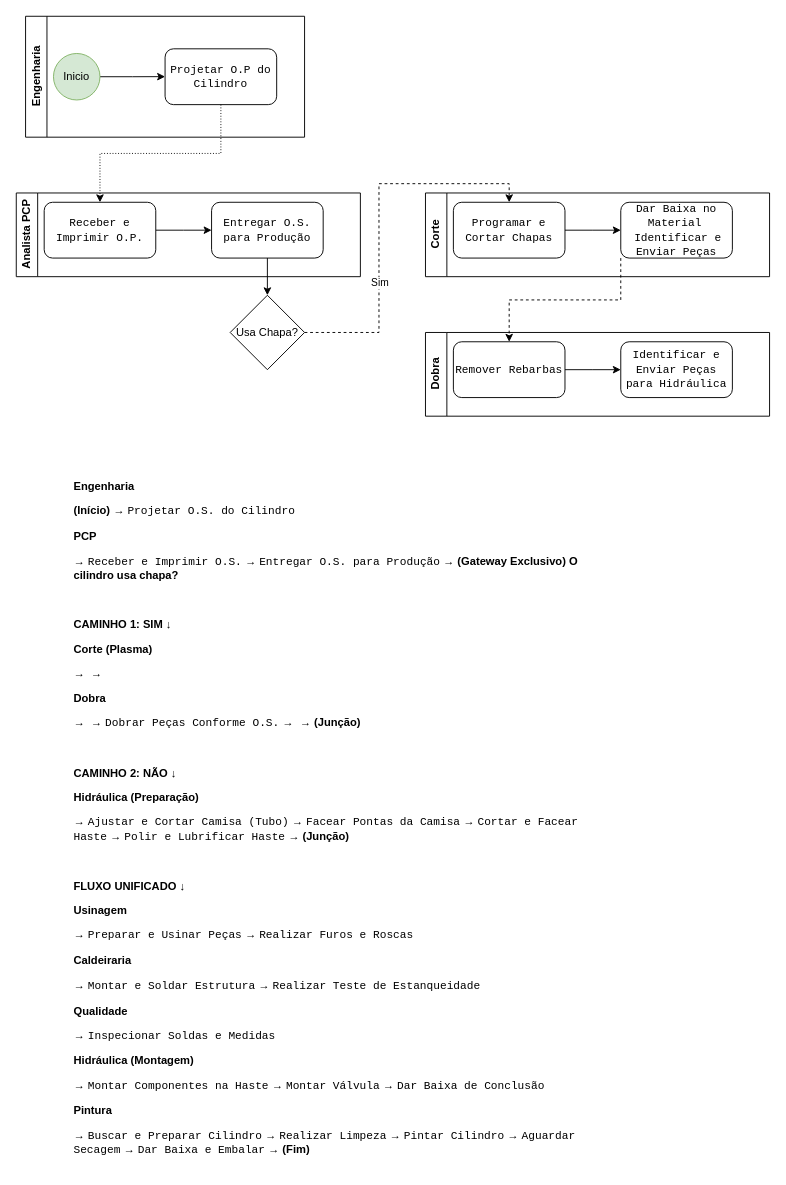
This is Diagrama sem nome.drawio from Adriano-bertellini/t, a draw.io file, before an edit. Source tidied: cells renumbered, new cells numbered last; positions are measured from the earlier drawing's top-left corner, leaving out a move shared by most shapes. Both pictures are drawn from the tidied source at 93%, with x=0, y=0 at pixel (16, 16).
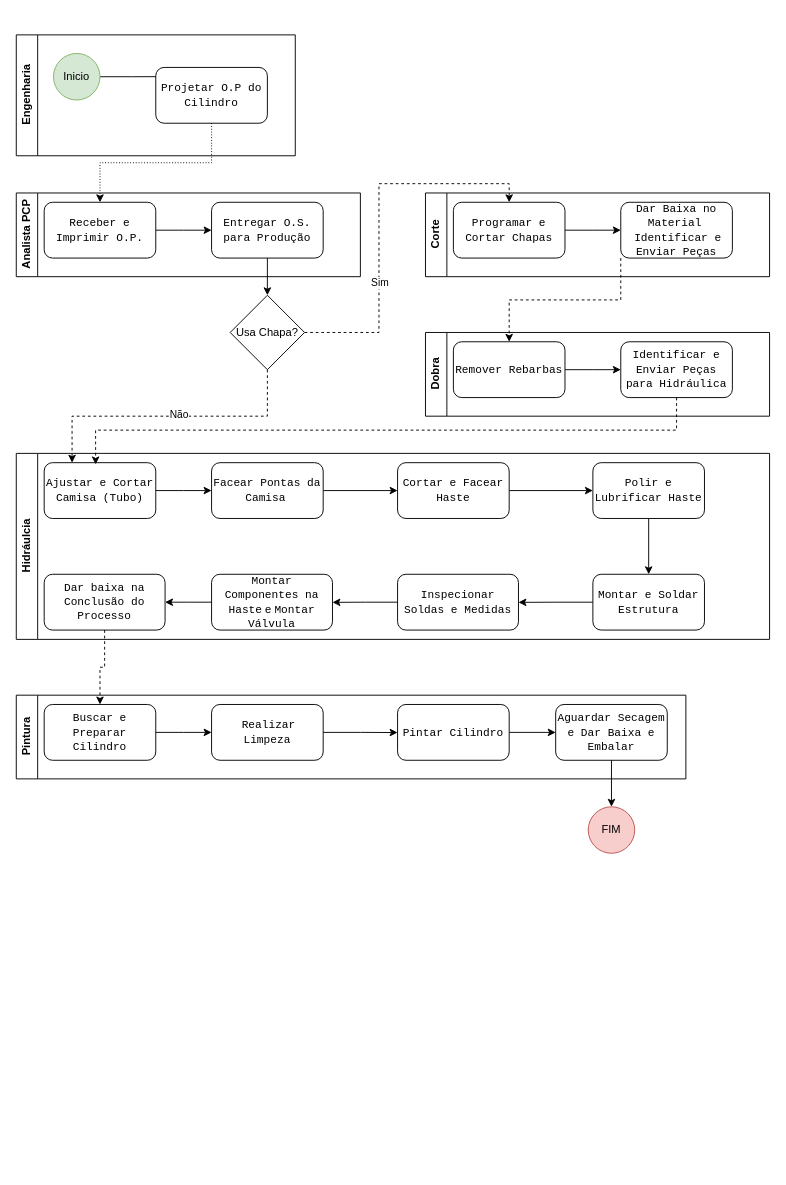
Above is the later version.

Unchanged cells that the change refers to:
```xml
<mxCell id="14" value="Usa Chapa?" style="rhombus;whiteSpace=wrap;html=1;" parent="1" vertex="1">
  <mxGeometry x="230" y="300" width="80" height="80" as="geometry" />
</mxCell>
<mxCell id="23" value="&lt;span style=&quot;font-family: monospace; text-align: left;&quot;&gt;Identificar e Enviar Peças para Hidráulica&lt;/span&gt;" style="rounded=1;whiteSpace=wrap;html=1;" parent="20" vertex="1">
  <mxGeometry x="210" y="10" width="120" height="60" as="geometry" />
</mxCell>
```

What changed in the source:
```diff
@@
-    <mxCell id="4" value="&lt;p&gt;&lt;strong&gt;Engenharia&lt;/strong&gt;&lt;/p&gt;&lt;p&gt;&lt;strong&gt;(Início)&lt;/strong&gt;&lt;span class=&quot;selected&quot;&gt; → &lt;/span&gt;&lt;code&gt;Projetar O.S. do Cilindro&lt;/code&gt;&lt;/p&gt;&lt;p&gt;&lt;strong&gt;PCP&lt;/strong&gt;&lt;/p&gt;&lt;p&gt;&lt;span class=&quot;selected&quot;&gt;→ &lt;/span&gt;&lt;code&gt;Receber e Imprimir O.S.&lt;/code&gt;&lt;span class=&quot;selected&quot;&gt; → &lt;/span&gt;&lt;code&gt;Entregar O.S. para Produção&lt;/code&gt;&lt;span class=&quot;selected&quot;&gt; → &lt;/span&gt;&lt;strong&gt;(Gateway Exclusivo) O cilindro usa chapa?&lt;/strong&gt;&lt;/p&gt;&lt;p&gt;&lt;br class=&quot;ProseMirror-trailingBreak&quot;&gt;&lt;/p&gt;&lt;p&gt;&lt;strong&gt;CAMINHO 1: SIM&lt;/strong&gt;&lt;span class=&quot;selected&quot;&gt; ↓&lt;/span&gt;&lt;/p&gt;&lt;p&gt;&lt;strong&gt;Corte (Plasma)&lt;/strong&gt;&lt;/p&gt;&lt;p&gt;&lt;span class=&quot;selected&quot;&gt;→ &lt;/span&gt;&lt;span class=&quot;selected&quot;&gt;&amp;nbsp;→&amp;nbsp;&lt;/span&gt;&lt;/p&gt;&lt;p&gt;&lt;strong&gt;Dobra&lt;/strong&gt;&lt;/p&gt;&lt;p&gt;&lt;span class=&quot;selected&quot;&gt;→ &lt;/span&gt;&lt;span class=&quot;selected&quot;&gt;&amp;nbsp;→ &lt;/span&gt;&lt;code&gt;Dobrar Peças Conforme O.S.&lt;/code&gt;&lt;span class=&quot;selected&quot;&gt; → &lt;/span&gt;&lt;span class=&quot;selected&quot;&gt;&amp;nbsp;→ &lt;/span&gt;&lt;strong&gt;(Junção)&lt;/strong&gt;&lt;/p&gt;&lt;p&gt;&lt;br class=&quot;ProseMirror-trailingBreak&quot;&gt;&lt;/p&gt;&lt;p&gt;&lt;strong&gt;CAMINHO 2: NÃO&lt;/strong&gt;&lt;span class=&quot;selected&quot;&gt; ↓&lt;/span&gt;&lt;/p&gt;&lt;p&gt;&lt;strong&gt;Hidráulica (Preparação)&lt;/strong&gt;&lt;/p&gt;&lt;p&gt;&lt;span class=&quot;selected&quot;&gt;→ &lt;/span&gt;&lt;code&gt;Ajustar e Cortar Camisa (Tubo)&lt;/code&gt;&lt;span class=&quot;selected&quot;&gt; → &lt;/span&gt;&lt;code&gt;Facear Pontas da Camisa&lt;/code&gt;&lt;span class=&quot;selected&quot;&gt; → &lt;/span&gt;&lt;code&gt;Cortar e Facear Haste&lt;/code&gt;&lt;span class=&quot;selected&quot;&gt; → &lt;/span&gt;&lt;code&gt;Polir e Lubrificar Haste&lt;/code&gt;&lt;span class=&quot;selected&quot;&gt; → &lt;/span&gt;&lt;strong&gt;(Junção)&lt;/strong&gt;&lt;/p&gt;&lt;p&gt;&lt;br class=&quot;ProseMirror-trailingBreak&quot;&gt;&lt;/p&gt;&lt;p&gt;&lt;strong&gt;FLUXO UNIFICADO&lt;/strong&gt;&lt;span class=&quot;selected&quot;&gt; ↓&lt;/span&gt;&lt;/p&gt;&lt;p&gt;&lt;strong&gt;Usinagem&lt;/strong&gt;&lt;/p&gt;&lt;p&gt;&lt;span class=&quot;selected&quot;&gt;→ &lt;/span&gt;&lt;code&gt;Preparar e Usinar Peças&lt;/code&gt;&lt;span class=&quot;selected&quot;&gt; → &lt;/span&gt;&lt;code&gt;Realizar Furos e Roscas&lt;/code&gt;&lt;/p&gt;&lt;p&gt;&lt;strong&gt;Caldeiraria&lt;/strong&gt;&lt;/p&gt;&lt;p&gt;&lt;span class=&quot;selected&quot;&gt;→ &lt;/span&gt;&lt;code&gt;Montar e Soldar Estrutura&lt;/code&gt;&lt;span class=&quot;selected&quot;&gt; → &lt;/span&gt;&lt;code&gt;Realizar Teste de Estanqueidade&lt;/code&gt;&lt;/p&gt;&lt;p&gt;&lt;strong&gt;Qualidade&lt;/strong&gt;&lt;/p&gt;&lt;p&gt;&lt;span class=&quot;selected&quot;&gt;→ &lt;/span&gt;&lt;code&gt;Inspecionar Soldas e Medidas&lt;/code&gt;&lt;/p&gt;&lt;p&gt;&lt;strong&gt;Hidráulica (Montagem)&lt;/strong&gt;&lt;/p&gt;&lt;p&gt;&lt;span class=&quot;selected&quot;&gt;→ &lt;/span&gt;&lt;code&gt;Montar Componentes na Haste&lt;/code&gt;&lt;span class=&quot;selected&quot;&gt; → &lt;/span&gt;&lt;code&gt;Montar Válvula&lt;/code&gt;&lt;span class=&quot;selected&quot;&gt; → &lt;/span&gt;&lt;code&gt;Dar Baixa de Conclusão&lt;/code&gt;&lt;/p&gt;&lt;p&gt;&lt;strong&gt;Pintura&lt;/strong&gt;&lt;/p&gt;&lt;p&gt;&lt;span class=&quot;selected&quot;&gt;→ &lt;/span&gt;&lt;code&gt;Buscar e Preparar Cilindro&lt;/code&gt;&lt;span class=&quot;selected&quot;&gt; → &lt;/span&gt;&lt;code&gt;Realizar Limpeza&lt;/code&gt;&lt;span class=&quot;selected&quot;&gt; → &lt;/span&gt;&lt;code&gt;Pintar Cilindro&lt;/code&gt;&lt;span class=&quot;selected&quot;&gt; → &lt;/span&gt;&lt;code&gt;Aguardar Secagem&lt;/code&gt;&lt;span class=&quot;selected&quot;&gt; → &lt;/span&gt;&lt;code&gt;Dar Baixa e Embalar&lt;/code&gt;&lt;span class=&quot;selected&quot;&gt; → &lt;/span&gt;&lt;strong&gt;(Fim)&lt;/strong&gt;&lt;/p&gt;" style="text;whiteSpace=wrap;html=1;" parent="1" vertex="1">
-      <mxGeometry x="60" y="480" width="560" height="550" as="geometry" />
-    </mxCell>
     <mxCell id="5" value="Engenharia" style="swimlane;horizontal=0;whiteSpace=wrap;html=1;" parent="1" vertex="1">
-      <mxGeometry x="10" width="300" height="130" as="geometry" />
+      <mxGeometry y="20" width="300" height="130" as="geometry" />
     </mxCell>
@@
+    <mxCell id="25" style="edgeStyle=orthogonalEdgeStyle;rounded=0;jettySize=auto;html=1;exitX=0.5;exitY=1;exitDx=0;exitDy=0;entryX=0.25;entryY=0;entryDx=0;entryDy=0;dashed=1;" parent="1" edge="1" source="14" target="29">
+      <mxGeometry relative="1" as="geometry" />
+    </mxCell>
+    <mxCell id="26" value="Não" style="edgeLabel;html=1;align=center;verticalAlign=middle;" parent="25" vertex="1">
+      <mxGeometry x="-0.06" y="-2" relative="1" as="geometry" />
+    </mxCell>
@@
+    <mxCell id="27" value="Hidráulcia" style="swimlane;horizontal=0;whiteSpace=wrap;html=1;startSize=23;" parent="1" vertex="1">
+      <mxGeometry y="470" width="810" height="200" as="geometry" />
+    </mxCell>
+    <mxCell id="28" style="edgeStyle=orthogonalEdgeStyle;rounded=0;jettySize=auto;html=1;" parent="27" edge="1" source="29">
+      <mxGeometry relative="1" as="geometry">
+        <mxPoint x="210" y="40" as="targetPoint" />
+      </mxGeometry>
+    </mxCell>
+    <mxCell id="29" value="&lt;span style=&quot;font-family: monospace; text-align: left;&quot;&gt;Ajustar e Cortar Camisa (Tubo)&lt;/span&gt;" style="rounded=1;whiteSpace=wrap;html=1;" parent="27" vertex="1">
+      <mxGeometry x="30" y="10" width="120" height="60" as="geometry" />
+    </mxCell>
+    <mxCell id="30" style="edgeStyle=orthogonalEdgeStyle;rounded=0;jettySize=auto;html=1;exitX=1;exitY=0.5;exitDx=0;exitDy=0;entryX=0;entryY=0.5;entryDx=0;entryDy=0;" parent="27" edge="1" source="31" target="33">
+      <mxGeometry relative="1" as="geometry" />
+    </mxCell>
+    <mxCell id="31" value="&lt;code style=&quot;text-align: left;&quot;&gt;Facear Pontas da Camisa&lt;/code&gt;&lt;span style=&quot;text-align: left;&quot; class=&quot;selected&quot;&gt;&amp;nbsp;&lt;/span&gt;" style="rounded=1;whiteSpace=wrap;html=1;" parent="27" vertex="1">
+      <mxGeometry x="210" y="10" width="120" height="60" as="geometry" />
+    </mxCell>
+    <mxCell id="32" style="edgeStyle=orthogonalEdgeStyle;rounded=0;jettySize=auto;html=1;exitX=1;exitY=0.5;exitDx=0;exitDy=0;entryX=0;entryY=0.5;entryDx=0;entryDy=0;" parent="27" edge="1" source="33" target="35">
+      <mxGeometry relative="1" as="geometry" />
+    </mxCell>
+    <mxCell id="33" value="&lt;span style=&quot;font-family: monospace; text-align: left;&quot;&gt;Cortar e Facear Haste&lt;/span&gt;" style="rounded=1;whiteSpace=wrap;html=1;" parent="27" vertex="1">
+      <mxGeometry x="410" y="10" width="120" height="60" as="geometry" />
+    </mxCell>
+    <mxCell id="34" style="edgeStyle=orthogonalEdgeStyle;rounded=0;jettySize=auto;html=1;exitX=0.5;exitY=1;exitDx=0;exitDy=0;" parent="27" edge="1" source="35" target="37">
+      <mxGeometry relative="1" as="geometry" />
+    </mxCell>
+    <mxCell id="35" value="&lt;span style=&quot;font-family: monospace; text-align: left;&quot;&gt;Polir e Lubrificar Haste&lt;/span&gt;" style="rounded=1;whiteSpace=wrap;html=1;" parent="27" vertex="1">
+      <mxGeometry x="620" y="10" width="120" height="60" as="geometry" />
+    </mxCell>
+    <mxCell id="36" style="edgeStyle=orthogonalEdgeStyle;rounded=0;jettySize=auto;html=1;exitX=0;exitY=0.5;exitDx=0;exitDy=0;" parent="27" edge="1" source="37">
+      <mxGeometry relative="1" as="geometry">
+        <mxPoint x="540" y="160.2" as="targetPoint" />
+      </mxGeometry>
+    </mxCell>
+    <mxCell id="37" value="&lt;span style=&quot;font-family: monospace; text-align: left;&quot;&gt;Montar e Soldar Estrutura&lt;/span&gt;" style="rounded=1;whiteSpace=wrap;html=1;" parent="27" vertex="1">
+      <mxGeometry x="620" y="130" width="120" height="60" as="geometry" />
+    </mxCell>
+    <mxCell id="38" style="edgeStyle=orthogonalEdgeStyle;rounded=0;jettySize=auto;html=1;exitX=0;exitY=0.5;exitDx=0;exitDy=0;" parent="27" edge="1" source="39">
+      <mxGeometry relative="1" as="geometry">
+        <mxPoint x="340" y="160.2" as="targetPoint" />
+      </mxGeometry>
+    </mxCell>
+    <mxCell id="39" value="&lt;span style=&quot;font-family: monospace; text-align: left;&quot;&gt;Inspecionar Soldas e Medidas&lt;/span&gt;" style="rounded=1;whiteSpace=wrap;html=1;" parent="27" vertex="1">
+      <mxGeometry x="410" y="130" width="130" height="60" as="geometry" />
+    </mxCell>
+    <mxCell id="40" style="edgeStyle=orthogonalEdgeStyle;rounded=0;jettySize=auto;html=1;exitX=0;exitY=0.5;exitDx=0;exitDy=0;entryX=1;entryY=0.5;entryDx=0;entryDy=0;" parent="27" edge="1" source="41">
+      <mxGeometry relative="1" as="geometry">
+        <mxPoint x="160" y="160" as="targetPoint" />
+      </mxGeometry>
+    </mxCell>
+    <mxCell id="41" value="&lt;code style=&quot;text-align: left;&quot;&gt;Montar Componentes na Haste&lt;/code&gt;&lt;span style=&quot;text-align: left;&quot; class=&quot;selected&quot;&gt;&amp;nbsp;e&amp;nbsp;&lt;/span&gt;&lt;code style=&quot;text-align: left;&quot;&gt;Montar Válvula&lt;/code&gt;" style="rounded=1;whiteSpace=wrap;html=1;" parent="27" vertex="1">
+      <mxGeometry x="210" y="130" width="130" height="60" as="geometry" />
+    </mxCell>
+    <mxCell id="42" value="&lt;div style=&quot;&quot;&gt;&lt;font face=&quot;monospace&quot;&gt;Dar baixa na Conclusão do Processo&lt;/font&gt;&lt;/div&gt;" style="rounded=1;whiteSpace=wrap;html=1;align=center;" parent="27" vertex="1">
+      <mxGeometry x="30" y="130" width="130" height="60" as="geometry" />
+    </mxCell>
+    <mxCell id="43" style="edgeStyle=orthogonalEdgeStyle;rounded=0;jettySize=auto;html=1;exitX=0.5;exitY=1;exitDx=0;exitDy=0;entryX=0.461;entryY=0.031;entryDx=0;entryDy=0;entryPerimeter=0;dashed=1;" parent="1" edge="1" source="23" target="29">
+      <mxGeometry relative="1" as="geometry" />
+    </mxCell>
+    <mxCell id="44" value="Pintura" style="swimlane;horizontal=0;whiteSpace=wrap;html=1;startSize=23;" parent="1" vertex="1">
+      <mxGeometry y="730" width="720" height="90" as="geometry" />
+    </mxCell>
+    <mxCell id="45" style="edgeStyle=orthogonalEdgeStyle;rounded=0;jettySize=auto;html=1;" parent="44" edge="1" source="46">
+      <mxGeometry relative="1" as="geometry">
+        <mxPoint x="210" y="40" as="targetPoint" />
+      </mxGeometry>
+    </mxCell>
+    <mxCell id="46" value="&lt;span style=&quot;font-family: monospace; text-align: left;&quot;&gt;Buscar e Preparar Cilindro&lt;/span&gt;" style="rounded=1;whiteSpace=wrap;html=1;" parent="44" vertex="1">
+      <mxGeometry x="30" y="10" width="120" height="60" as="geometry" />
+    </mxCell>
+    <mxCell id="47" style="edgeStyle=orthogonalEdgeStyle;rounded=0;jettySize=auto;html=1;exitX=1;exitY=0.5;exitDx=0;exitDy=0;" parent="44" edge="1" source="48">
+      <mxGeometry relative="1" as="geometry">
+        <mxPoint x="410" y="40.2" as="targetPoint" />
+      </mxGeometry>
+    </mxCell>
+    <mxCell id="48" value="&lt;span style=&quot;text-align: left;&quot; class=&quot;selected&quot;&gt;&amp;nbsp;&lt;/span&gt;&lt;code style=&quot;text-align: left;&quot;&gt;Realizar Limpeza&lt;/code&gt;" style="rounded=1;whiteSpace=wrap;html=1;" parent="44" vertex="1">
+      <mxGeometry x="210" y="10" width="120" height="60" as="geometry" />
+    </mxCell>
+    <mxCell id="49" style="edgeStyle=orthogonalEdgeStyle;rounded=0;jettySize=auto;html=1;" parent="44" edge="1" source="50" target="51">
+      <mxGeometry relative="1" as="geometry" />
+    </mxCell>
+    <mxCell id="50" value="&lt;span style=&quot;font-family: monospace; text-align: left;&quot;&gt;Pintar Cilindro&lt;/span&gt;" style="rounded=1;whiteSpace=wrap;html=1;" parent="44" vertex="1">
+      <mxGeometry x="410" y="10" width="120" height="60" as="geometry" />
+    </mxCell>
+    <mxCell id="51" value="&lt;span style=&quot;font-family: monospace; text-align: left;&quot;&gt;Aguardar Secagem e&amp;nbsp;&lt;/span&gt;&lt;span style=&quot;font-family: monospace; text-align: left;&quot;&gt;Dar Baixa e Embalar&lt;/span&gt;" style="rounded=1;whiteSpace=wrap;html=1;" parent="44" vertex="1">
+      <mxGeometry x="580" y="10" width="120" height="60" as="geometry" />
+    </mxCell>
+    <mxCell id="52" style="edgeStyle=orthogonalEdgeStyle;rounded=0;jettySize=auto;html=1;exitX=0.5;exitY=1;exitDx=0;exitDy=0;dashed=1;" parent="1" edge="1" source="42" target="46">
+      <mxGeometry relative="1" as="geometry" />
+    </mxCell>
+    <mxCell id="53" value="FIM" style="ellipse;whiteSpace=wrap;html=1;strokeColor=#b85450;fillColor=#f8cecc;" parent="1" vertex="1">
+      <mxGeometry x="615" y="850" width="50" height="50" as="geometry" />
+    </mxCell>
+    <mxCell id="54" style="edgeStyle=orthogonalEdgeStyle;rounded=0;jettySize=auto;html=1;exitX=0.5;exitY=1;exitDx=0;exitDy=0;entryX=0.5;entryY=0;entryDx=0;entryDy=0;" parent="1" edge="1" source="51" target="53">
+      <mxGeometry relative="1" as="geometry" />
+    </mxCell>
```
